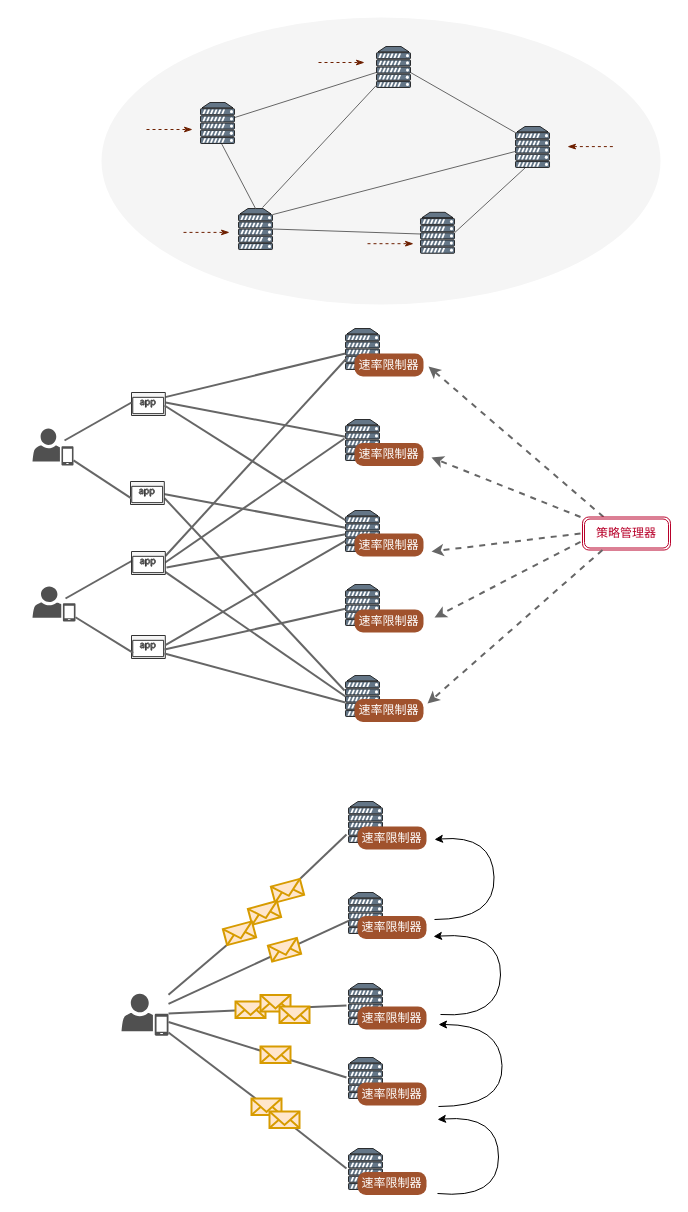
This is page "去中心化" (1 of 8) of DRL.drawio from zhangluting123/drawio, a draw.io file, before an edit. Source tidied: cells renumbered, new cells numbered last; positions are measured from the earlier drawing's top-left corner, leaving out a move shared by most shapes. Both pictures are drawn from the tidied source at 100%, with x=0, y=0 at pixel (32, 17).
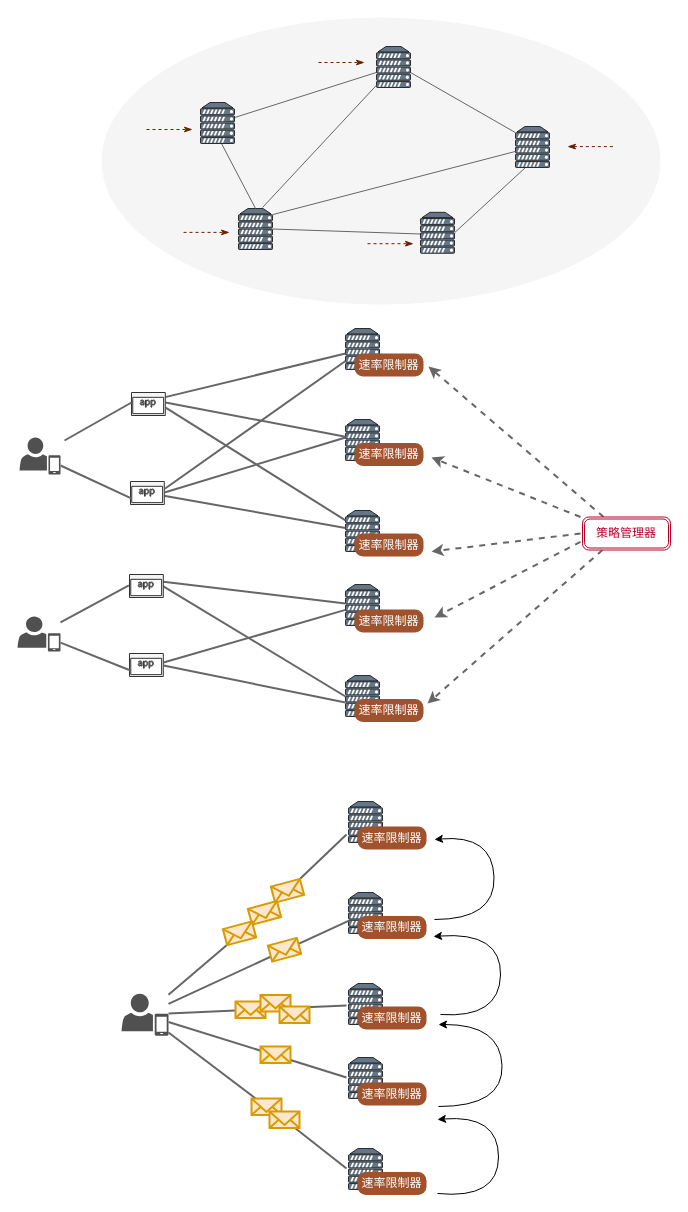
After the change.

Unchanged cells that the change refers to:
```xml
<mxCell id="21" style="verticalAlign=top;verticalLabelPosition=bottom;labelPosition=center;align=center;html=1;outlineConnect=0;fillColor=#647687;strokeColor=default;gradientDirection=north;strokeWidth=1;shape=mxgraph.networks.server;fontColor=#ffffff;" parent="1" vertex="1">
  <mxGeometry x="313" y="311" width="34" height="41" as="geometry" />
</mxCell>
<mxCell id="22" style="verticalAlign=top;verticalLabelPosition=bottom;labelPosition=center;align=center;html=1;outlineConnect=0;fillColor=#647687;strokeColor=default;gradientDirection=north;strokeWidth=1;shape=mxgraph.networks.server;fontColor=#ffffff;" parent="1" vertex="1">
  <mxGeometry x="313" y="402" width="34" height="41" as="geometry" />
</mxCell>
<mxCell id="23" style="verticalAlign=top;verticalLabelPosition=bottom;labelPosition=center;align=center;html=1;outlineConnect=0;fillColor=#647687;strokeColor=default;gradientDirection=north;strokeWidth=1;shape=mxgraph.networks.server;fontColor=#ffffff;" parent="1" vertex="1">
  <mxGeometry x="313" y="493" width="34" height="41" as="geometry" />
</mxCell>
<mxCell id="31" style="verticalAlign=top;verticalLabelPosition=bottom;labelPosition=center;align=center;html=1;outlineConnect=0;fillColor=#647687;strokeColor=default;gradientDirection=north;strokeWidth=1;shape=mxgraph.networks.server;fontColor=#ffffff;" parent="1" vertex="1">
  <mxGeometry x="313" y="567" width="34" height="41" as="geometry" />
</mxCell>
<mxCell id="32" style="verticalAlign=top;verticalLabelPosition=bottom;labelPosition=center;align=center;html=1;outlineConnect=0;fillColor=#647687;strokeColor=default;gradientDirection=north;strokeWidth=1;shape=mxgraph.networks.server;fontColor=#ffffff;" parent="1" vertex="1">
  <mxGeometry x="313" y="658" width="34" height="41" as="geometry" />
</mxCell>
<mxCell id="77" style="sketch=0;shadow=0;dashed=0;html=1;labelPosition=center;verticalLabelPosition=bottom;verticalAlign=top;align=center;shape=mxgraph.mscae.enterprise.application;fillColor=#f5f5f5;fontColor=#333333;strokeColor=#333333;fontFamily=Times New Roman;" parent="1" vertex="1">
  <mxGeometry x="99" y="375" width="33.8" height="23" as="geometry" />
</mxCell>
<mxCell id="78" style="sketch=0;shadow=0;dashed=0;html=1;labelPosition=center;verticalLabelPosition=bottom;verticalAlign=top;align=center;shape=mxgraph.mscae.enterprise.application;fillColor=#f5f5f5;fontColor=#333333;strokeColor=#333333;fontFamily=Times New Roman;" parent="1" vertex="1">
  <mxGeometry x="98" y="464" width="33.8" height="23" as="geometry" />
</mxCell>
```

What changed in the source:
```diff
@@
-    <mxCell id="36" style="endArrow=none;startArrow=none;html=1;rounded=0;fillColor=#f5f5f5;gradientColor=#b3b3b3;strokeColor=#666666;endFill=0;startFill=0;endSize=7;strokeWidth=2;exitX=0.982;exitY=0.548;exitDx=0;exitDy=0;exitPerimeter=0;" parent="1" edge="1" source="78" target="23">
+    <mxCell id="36" style="endArrow=none;startArrow=none;html=1;rounded=0;fillColor=#f5f5f5;gradientColor=#b3b3b3;strokeColor=#666666;endFill=0;startFill=0;endSize=7;strokeWidth=2;exitX=0.986;exitY=0.617;exitDx=0;exitDy=0;exitPerimeter=0;" parent="1" edge="1" source="78" target="23">
       <mxGeometry relative="1" as="geometry" />
     </mxCell>
@@
-    <mxCell id="39" style="endArrow=none;startArrow=none;html=1;rounded=0;fillColor=#f5f5f5;gradientColor=#b3b3b3;strokeColor=#666666;endFill=0;startFill=0;endSize=7;strokeWidth=2;exitX=1.005;exitY=0.722;exitDx=0;exitDy=0;exitPerimeter=0;" parent="1" edge="1" source="78">
-      <mxGeometry relative="1" as="geometry">
-        <mxPoint x="312" y="673" as="targetPoint" />
-      </mxGeometry>
-    </mxCell>
@@
     <mxCell id="79" style="sketch=0;shadow=0;dashed=0;html=1;strokeColor=none;fillColor=#505050;labelPosition=center;verticalLabelPosition=bottom;verticalAlign=top;outlineConnect=0;align=center;shape=mxgraph.office.users.mobile_user;" parent="1" vertex="1">
-      <mxGeometry y="411" width="41" height="37" as="geometry" />
+      <mxGeometry x="-13" y="420" width="41" height="37" as="geometry" />
     </mxCell>
     <mxCell id="80" style="sketch=0;shadow=0;dashed=0;html=1;strokeColor=none;fillColor=#505050;labelPosition=center;verticalLabelPosition=bottom;verticalAlign=top;outlineConnect=0;align=center;shape=mxgraph.office.users.mobile_user;" parent="1" vertex="1">
-      <mxGeometry y="569" width="43" height="35" as="geometry" />
+      <mxGeometry x="-15" y="599" width="43" height="35" as="geometry" />
     </mxCell>
-    <mxCell id="81" style="endArrow=none;startArrow=none;html=1;rounded=0;fillColor=#f5f5f5;gradientColor=#b3b3b3;strokeColor=#666666;endFill=0;startFill=0;strokeWidth=2;exitX=1.005;exitY=0.194;exitDx=0;exitDy=0;exitPerimeter=0;entryX=0.029;entryY=0.732;entryDx=0;entryDy=0;entryPerimeter=0;" parent="1" edge="1" source="92" target="21">
-      <mxGeometry relative="1" as="geometry" />
-    </mxCell>
-    <mxCell id="82" style="endArrow=none;startArrow=none;html=1;rounded=0;fillColor=#f5f5f5;gradientColor=#b3b3b3;strokeColor=#666666;endFill=0;startFill=0;endSize=7;strokeWidth=2;" parent="1" edge="1" target="23">
-      <mxGeometry relative="1" as="geometry">
-        <mxPoint x="132" y="388" as="sourcePoint" />
-      </mxGeometry>
+    <mxCell id="82" style="endArrow=none;startArrow=none;html=1;rounded=0;fillColor=#f5f5f5;gradientColor=#b3b3b3;strokeColor=#666666;endFill=0;startFill=0;endSize=7;strokeWidth=2;exitX=1.009;exitY=0.654;exitDx=0;exitDy=0;exitPerimeter=0;" parent="1" edge="1" source="77" target="23">
+      <mxGeometry relative="1" as="geometry" />
     </mxCell>
     <mxCell id="83" style="sketch=0;shadow=0;dashed=0;html=1;labelPosition=center;verticalLabelPosition=bottom;verticalAlign=top;align=center;shape=mxgraph.mscae.enterprise.application;fillColor=#f5f5f5;fontColor=#333333;strokeColor=#333333;fontFamily=Times New Roman;" parent="1" vertex="1">
-      <mxGeometry x="99" y="618" width="33.8" height="23" as="geometry" />
+      <mxGeometry x="97" y="636" width="33.8" height="23" as="geometry" />
     </mxCell>
-    <mxCell id="84" style="endArrow=none;startArrow=none;html=1;rounded=0;fillColor=#f5f5f5;gradientColor=#b3b3b3;strokeColor=#666666;endFill=0;startFill=0;strokeWidth=2;exitX=0.976;exitY=0.5;exitDx=0;exitDy=0;exitPerimeter=0;" parent="1" edge="1" source="92">
-      <mxGeometry relative="1" as="geometry">
-        <mxPoint x="312" y="421" as="targetPoint" />
-      </mxGeometry>
+    <mxCell id="84" style="endArrow=none;startArrow=none;html=1;rounded=0;fillColor=#f5f5f5;gradientColor=#b3b3b3;strokeColor=#666666;endFill=0;startFill=0;strokeWidth=2;exitX=0.94;exitY=0.304;exitDx=0;exitDy=0;exitPerimeter=0;entryX=0;entryY=0.463;entryDx=0;entryDy=0;entryPerimeter=0;" parent="1" edge="1" source="92" target="31">
+      <mxGeometry relative="1" as="geometry" />
     </mxCell>
-    <mxCell id="85" style="endArrow=none;startArrow=none;html=1;rounded=0;fillColor=#f5f5f5;gradientColor=#b3b3b3;strokeColor=#666666;endFill=0;startFill=0;strokeWidth=2;" parent="1" edge="1" target="23">
-      <mxGeometry relative="1" as="geometry">
-        <mxPoint x="134" y="550" as="sourcePoint" />
-      </mxGeometry>
-    </mxCell>
-    <mxCell id="86" style="endArrow=none;startArrow=none;html=1;rounded=0;fillColor=#f5f5f5;gradientColor=#b3b3b3;strokeColor=#666666;endFill=0;startFill=0;strokeWidth=2;exitX=0.966;exitY=0.855;exitDx=0;exitDy=0;exitPerimeter=0;entryX=0;entryY=0.512;entryDx=0;entryDy=0;entryPerimeter=0;" parent="1" edge="1" source="92" target="32">
+    <mxCell id="86" style="endArrow=none;startArrow=none;html=1;rounded=0;fillColor=#f5f5f5;gradientColor=#b3b3b3;strokeColor=#666666;endFill=0;startFill=0;strokeWidth=2;exitX=0.99;exitY=0.501;exitDx=0;exitDy=0;exitPerimeter=0;entryX=0;entryY=0.512;entryDx=0;entryDy=0;entryPerimeter=0;" parent="1" edge="1" source="92" target="32">
       <mxGeometry relative="1" as="geometry" />
     </mxCell>
-    <mxCell id="87" style="endArrow=none;startArrow=none;html=1;rounded=0;fillColor=#f5f5f5;gradientColor=#b3b3b3;strokeColor=#666666;endFill=0;startFill=0;strokeWidth=2;exitX=1.015;exitY=0.407;exitDx=0;exitDy=0;exitPerimeter=0;" parent="1" edge="1" source="83" target="23">
-      <mxGeometry relative="1" as="geometry" />
-    </mxCell>
-    <mxCell id="88" style="endArrow=none;startArrow=none;html=1;rounded=0;fillColor=#f5f5f5;gradientColor=#b3b3b3;strokeColor=#666666;endFill=0;startFill=0;strokeWidth=2;exitX=0.976;exitY=0.783;exitDx=0;exitDy=0;exitPerimeter=0;entryX=0;entryY=0.659;entryDx=0;entryDy=0;entryPerimeter=0;" parent="1" edge="1" source="83" target="32">
-      <mxGeometry relative="1" as="geometry" />
+    <mxCell id="88" style="endArrow=none;startArrow=none;html=1;rounded=0;fillColor=#f5f5f5;gradientColor=#b3b3b3;strokeColor=#666666;endFill=0;startFill=0;strokeWidth=2;entryX=0;entryY=0.659;entryDx=0;entryDy=0;entryPerimeter=0;" parent="1" edge="1" target="32">
+      <mxGeometry relative="1" as="geometry">
+        <mxPoint x="131" y="648" as="sourcePoint" />
+      </mxGeometry>
     </mxCell>
@@
-    <mxCell id="90" style="endArrow=none;startArrow=none;html=1;rounded=0;fillColor=#f5f5f5;gradientColor=#b3b3b3;strokeColor=#666666;endFill=0;startFill=0;strokeWidth=2;" parent="1" edge="1">
-      <mxGeometry relative="1" as="geometry">
-        <mxPoint x="33" y="581" as="sourcePoint" />
-        <mxPoint x="100" y="543" as="targetPoint" />
-      </mxGeometry>
+    <mxCell id="90" style="endArrow=none;startArrow=none;html=1;rounded=0;fillColor=#f5f5f5;gradientColor=#b3b3b3;strokeColor=#666666;endFill=0;startFill=0;strokeWidth=2;entryX=-0.018;entryY=0.47;entryDx=0;entryDy=0;entryPerimeter=0;" parent="1" edge="1" source="80" target="92">
+      <mxGeometry relative="1" as="geometry" />
     </mxCell>
@@
     <mxCell id="92" style="sketch=0;shadow=0;dashed=0;html=1;labelPosition=center;verticalLabelPosition=bottom;verticalAlign=top;align=center;shape=mxgraph.mscae.enterprise.application;fillColor=#f5f5f5;fontColor=#333333;strokeColor=#333333;fontFamily=Times New Roman;" parent="1" vertex="1">
-      <mxGeometry x="99" y="534" width="33.8" height="23" as="geometry" />
+      <mxGeometry x="97" y="557" width="33.8" height="23" as="geometry" />
     </mxCell>
-    <mxCell id="93" style="endArrow=none;startArrow=none;html=1;rounded=0;fillColor=#f5f5f5;gradientColor=#b3b3b3;strokeColor=#666666;endFill=0;startFill=0;strokeWidth=2;exitX=0.976;exitY=0.609;exitDx=0;exitDy=0;exitPerimeter=0;" parent="1" edge="1" source="83" target="31">
-      <mxGeometry relative="1" as="geometry" />
+    <mxCell id="93" style="endArrow=none;startArrow=none;html=1;rounded=0;fillColor=#f5f5f5;gradientColor=#b3b3b3;strokeColor=#666666;endFill=0;startFill=0;strokeWidth=2;" parent="1" edge="1" target="31">
+      <mxGeometry relative="1" as="geometry">
+        <mxPoint x="131" y="645" as="sourcePoint" />
+      </mxGeometry>
     </mxCell>
@@
+    <mxCell id="95" style="endArrow=none;startArrow=none;html=1;rounded=0;fillColor=#f5f5f5;gradientColor=#b3b3b3;strokeColor=#666666;endFill=0;startFill=0;endSize=7;strokeWidth=2;entryX=0;entryY=0.439;entryDx=0;entryDy=0;entryPerimeter=0;exitX=1.005;exitY=0.478;exitDx=0;exitDy=0;exitPerimeter=0;" parent="1" edge="1" source="78" target="22">
+      <mxGeometry relative="1" as="geometry" />
+    </mxCell>
+    <mxCell id="96" style="endArrow=none;startArrow=none;html=1;rounded=0;fillColor=#f5f5f5;gradientColor=#b3b3b3;strokeColor=#666666;endFill=0;startFill=0;endSize=7;strokeWidth=2;exitX=1.016;exitY=0.315;exitDx=0;exitDy=0;exitPerimeter=0;" parent="1" edge="1" source="78" target="21">
+      <mxGeometry relative="1" as="geometry" />
+    </mxCell>
```
